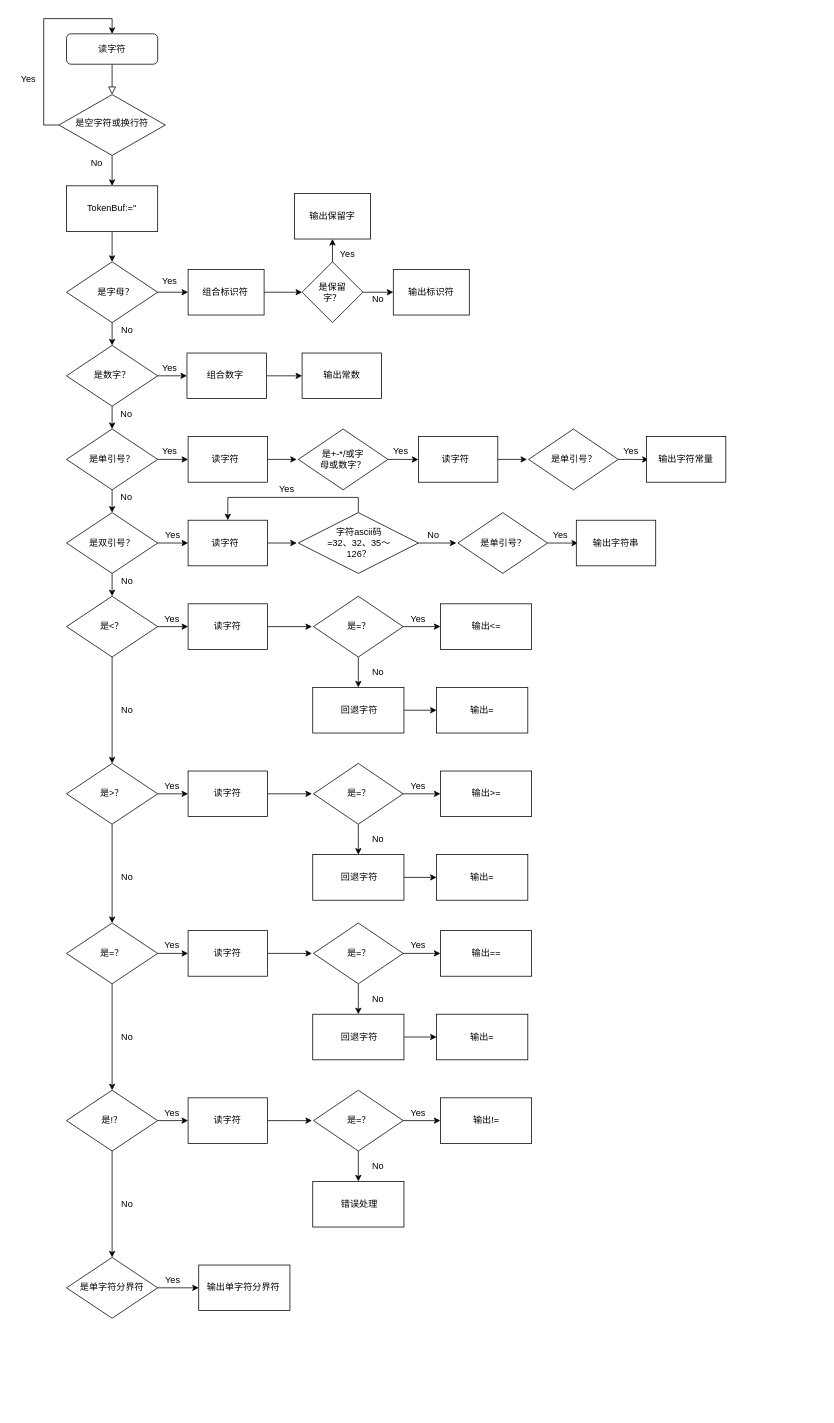
Above: Untitled Diagram.drawio in ljh0v0/test (draw.io), before the change. Source tidied: cells renumbered, new cells numbered last; positions are measured from the earlier drawing's top-left corner, leaving out a move shared by most shapes. Both pictures are drawn from the tidied source at 76%, with x=0, y=0 at pixel (13, 18).
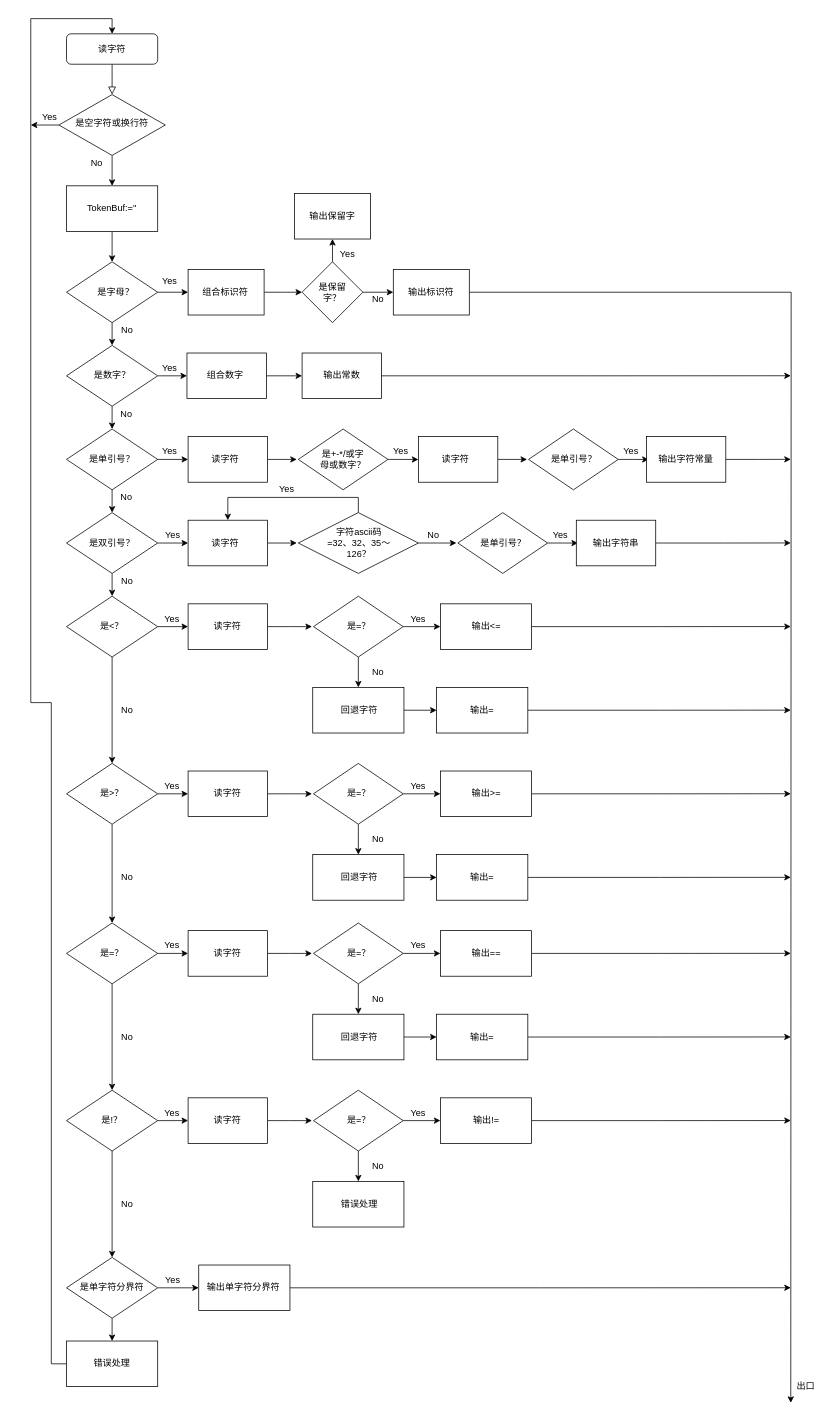
The same diagram, later.

Unchanged cells that the change refers to:
```xml
<mxCell id="3" value="读字符" style="rounded=1;whiteSpace=wrap;html=1;fontSize=12;glass=0;strokeWidth=1;shadow=0;" parent="1" vertex="1">
  <mxGeometry x="70" y="20" width="120" height="40" as="geometry" />
</mxCell>
<mxCell id="6" value="是空字符或换行符" style="rhombus;whiteSpace=wrap;html=1;shadow=0;fontFamily=Helvetica;fontSize=12;align=center;strokeWidth=1;spacing=6;spacingTop=-4;" parent="1" vertex="1">
  <mxGeometry x="60" y="100" width="140" height="80" as="geometry" />
</mxCell>
<mxCell id="24" style="rounded=0;whiteSpace=wrap;html=1;" parent="1" vertex="1">
  <mxGeometry x="500" y="330" width="100" height="60" as="geometry" />
</mxCell>
<mxCell id="38" style="rounded=0;whiteSpace=wrap;html=1;" parent="1" vertex="1">
  <mxGeometry x="380" y="440" width="104.5" height="60" as="geometry" />
</mxCell>
<mxCell id="79" style="rounded=0;whiteSpace=wrap;html=1;" parent="1" vertex="1">
  <mxGeometry x="833" y="550" width="104.5" height="60" as="geometry" />
</mxCell>
<mxCell id="81" style="rounded=0;whiteSpace=wrap;html=1;" parent="1" vertex="1">
  <mxGeometry x="740.8" y="660" width="104.5" height="60" as="geometry" />
</mxCell>
<mxCell id="97" style="rounded=0;whiteSpace=wrap;html=1;" parent="1" vertex="1">
  <mxGeometry x="562" y="770" width="120" height="60" as="geometry" />
</mxCell>
<mxCell id="104" style="rounded=0;whiteSpace=wrap;html=1;" parent="1" vertex="1">
  <mxGeometry x="557" y="880" width="120" height="60" as="geometry" />
</mxCell>
<mxCell id="118" style="rounded=0;whiteSpace=wrap;html=1;" parent="1" vertex="1">
  <mxGeometry x="562" y="990" width="120" height="60" as="geometry" />
</mxCell>
<mxCell id="125" style="rounded=0;whiteSpace=wrap;html=1;" parent="1" vertex="1">
  <mxGeometry x="557" y="1100" width="120" height="60" as="geometry" />
</mxCell>
<mxCell id="140" style="rounded=0;whiteSpace=wrap;html=1;" parent="1" vertex="1">
  <mxGeometry x="562" y="1200" width="120" height="60" as="geometry" />
</mxCell>
<mxCell id="147" style="rounded=0;whiteSpace=wrap;html=1;" parent="1" vertex="1">
  <mxGeometry x="557" y="1310" width="120" height="60" as="geometry" />
</mxCell>
<mxCell id="162" style="rounded=0;whiteSpace=wrap;html=1;" parent="1" vertex="1">
  <mxGeometry x="562" y="1420" width="120" height="60" as="geometry" />
</mxCell>
<mxCell id="170" style="rhombus;whiteSpace=wrap;html=1;" parent="1" vertex="1">
  <mxGeometry x="70" y="1630" width="120" height="80" as="geometry" />
</mxCell>
<mxCell id="173" style="rounded=0;whiteSpace=wrap;html=1;" parent="1" vertex="1">
  <mxGeometry x="244" y="1640" width="120" height="60" as="geometry" />
</mxCell>
```

Change to the diagram source:
```diff
@@
-    <mxCell id="4" style="edgeStyle=orthogonalEdgeStyle;rounded=0;jettySize=auto;html=1;exitX=0;exitY=0.5;exitDx=0;exitDy=0;entryX=0.5;entryY=0;entryDx=0;entryDy=0;" parent="1" edge="1" source="6" target="3">
-      <mxGeometry relative="1" as="geometry">
-        <Array as="points">
-          <mxPoint x="40" y="140" />
-          <mxPoint x="40" />
-          <mxPoint x="130" />
-        </Array>
-      </mxGeometry>
-    </mxCell>
@@
+    <mxCell id="176" style="edgeStyle=orthogonalEdgeStyle;rounded=0;jettySize=auto;html=1;exitX=0;exitY=0.5;exitDx=0;exitDy=0;" parent="1" edge="1" source="6">
+      <mxGeometry relative="1" as="geometry">
+        <mxPoint x="23" y="139.9" as="targetPoint" />
+      </mxGeometry>
+    </mxCell>
@@
     <mxCell id="7" value="Yes" style="text;html=1;strokeColor=none;fillColor=none;align=center;verticalAlign=middle;whiteSpace=wrap;rounded=0;" parent="1" vertex="1">
-      <mxGeometry y="70" width="40" height="20" as="geometry" />
+      <mxGeometry x="28" y="120" width="40" height="20" as="geometry" />
     </mxCell>
@@
+    <mxCell id="177" style="edgeStyle=orthogonalEdgeStyle;rounded=0;jettySize=auto;html=1;exitX=1;exitY=0.5;exitDx=0;exitDy=0;" parent="1" edge="1" source="24">
+      <mxGeometry relative="1" as="geometry">
+        <mxPoint x="1023" y="1821.4" as="targetPoint" />
+      </mxGeometry>
+    </mxCell>
@@
+    <mxCell id="178" style="edgeStyle=orthogonalEdgeStyle;rounded=0;jettySize=auto;html=1;exitX=1;exitY=0.5;exitDx=0;exitDy=0;" parent="1" edge="1" source="38">
+      <mxGeometry relative="1" as="geometry">
+        <mxPoint x="1023" y="469.9" as="targetPoint" />
+      </mxGeometry>
+    </mxCell>
@@
+    <mxCell id="179" style="edgeStyle=orthogonalEdgeStyle;rounded=0;jettySize=auto;html=1;exitX=1;exitY=0.5;exitDx=0;exitDy=0;" parent="1" edge="1" source="79">
+      <mxGeometry relative="1" as="geometry">
+        <mxPoint x="1023" y="579.9" as="targetPoint" />
+      </mxGeometry>
+    </mxCell>
@@
+    <mxCell id="180" style="edgeStyle=orthogonalEdgeStyle;rounded=0;jettySize=auto;html=1;exitX=1;exitY=0.5;exitDx=0;exitDy=0;" parent="1" edge="1" source="81">
+      <mxGeometry relative="1" as="geometry">
+        <mxPoint x="1023" y="689.9" as="targetPoint" />
+      </mxGeometry>
+    </mxCell>
@@
+    <mxCell id="181" style="edgeStyle=orthogonalEdgeStyle;rounded=0;jettySize=auto;html=1;exitX=1;exitY=0.5;exitDx=0;exitDy=0;" parent="1" edge="1" source="97">
+      <mxGeometry relative="1" as="geometry">
+        <mxPoint x="1023" y="799.9" as="targetPoint" />
+      </mxGeometry>
+    </mxCell>
@@
+    <mxCell id="182" style="edgeStyle=orthogonalEdgeStyle;rounded=0;jettySize=auto;html=1;exitX=1;exitY=0.5;exitDx=0;exitDy=0;" parent="1" edge="1" source="104">
+      <mxGeometry relative="1" as="geometry">
+        <mxPoint x="1023" y="909.9" as="targetPoint" />
+      </mxGeometry>
+    </mxCell>
@@
+    <mxCell id="183" style="edgeStyle=orthogonalEdgeStyle;rounded=0;jettySize=auto;html=1;exitX=1;exitY=0.5;exitDx=0;exitDy=0;" parent="1" edge="1" source="118">
+      <mxGeometry relative="1" as="geometry">
+        <mxPoint x="1023" y="1019.9" as="targetPoint" />
+      </mxGeometry>
+    </mxCell>
@@
+    <mxCell id="184" style="edgeStyle=orthogonalEdgeStyle;rounded=0;jettySize=auto;html=1;exitX=1;exitY=0.5;exitDx=0;exitDy=0;" parent="1" edge="1" source="125">
+      <mxGeometry relative="1" as="geometry">
+        <mxPoint x="1023" y="1129.9" as="targetPoint" />
+      </mxGeometry>
+    </mxCell>
@@
+    <mxCell id="185" style="edgeStyle=orthogonalEdgeStyle;rounded=0;jettySize=auto;html=1;exitX=1;exitY=0.5;exitDx=0;exitDy=0;" parent="1" edge="1" source="140">
+      <mxGeometry relative="1" as="geometry">
+        <mxPoint x="1023" y="1229.9" as="targetPoint" />
+      </mxGeometry>
+    </mxCell>
@@
+    <mxCell id="186" style="edgeStyle=orthogonalEdgeStyle;rounded=0;jettySize=auto;html=1;exitX=1;exitY=0.5;exitDx=0;exitDy=0;" parent="1" edge="1" source="147">
+      <mxGeometry relative="1" as="geometry">
+        <mxPoint x="1023" y="1339.9" as="targetPoint" />
+      </mxGeometry>
+    </mxCell>
@@
+    <mxCell id="187" style="edgeStyle=orthogonalEdgeStyle;rounded=0;jettySize=auto;html=1;exitX=1;exitY=0.5;exitDx=0;exitDy=0;" parent="1" edge="1" source="162">
+      <mxGeometry relative="1" as="geometry">
+        <mxPoint x="1023" y="1449.9" as="targetPoint" />
+      </mxGeometry>
+    </mxCell>
@@
+    <mxCell id="188" style="edgeStyle=orthogonalEdgeStyle;rounded=0;jettySize=auto;html=1;exitX=0.5;exitY=1;exitDx=0;exitDy=0;entryX=0.5;entryY=0;entryDx=0;entryDy=0;" parent="1" edge="1" source="170" target="192">
+      <mxGeometry relative="1" as="geometry" />
+    </mxCell>
@@
+    <mxCell id="189" style="edgeStyle=orthogonalEdgeStyle;rounded=0;jettySize=auto;html=1;exitX=1;exitY=0.5;exitDx=0;exitDy=0;" parent="1" edge="1" source="173">
+      <mxGeometry relative="1" as="geometry">
+        <mxPoint x="1023" y="1669.9" as="targetPoint" />
+      </mxGeometry>
+    </mxCell>
@@
+    <mxCell id="190" value="出口" style="text;html=1;strokeColor=none;fillColor=none;align=center;verticalAlign=middle;whiteSpace=wrap;rounded=0;" parent="1" vertex="1">
+      <mxGeometry x="1023" y="1790" width="40" height="20" as="geometry" />
+    </mxCell>
+    <mxCell id="191" style="edgeStyle=orthogonalEdgeStyle;rounded=0;jettySize=auto;html=1;exitX=0;exitY=0.5;exitDx=0;exitDy=0;entryX=0.5;entryY=0;entryDx=0;entryDy=0;" parent="1" edge="1" source="192" target="3">
+      <mxGeometry relative="1" as="geometry">
+        <Array as="points">
+          <mxPoint x="50" y="1770" />
+          <mxPoint x="50" y="900" />
+          <mxPoint x="23" y="900" />
+          <mxPoint x="23" />
+          <mxPoint x="130" />
+        </Array>
+      </mxGeometry>
+    </mxCell>
+    <mxCell id="192" value="错误处理" style="rounded=0;whiteSpace=wrap;html=1;" parent="1" vertex="1">
+      <mxGeometry x="70" y="1740" width="120" height="60" as="geometry" />
+    </mxCell>
```
